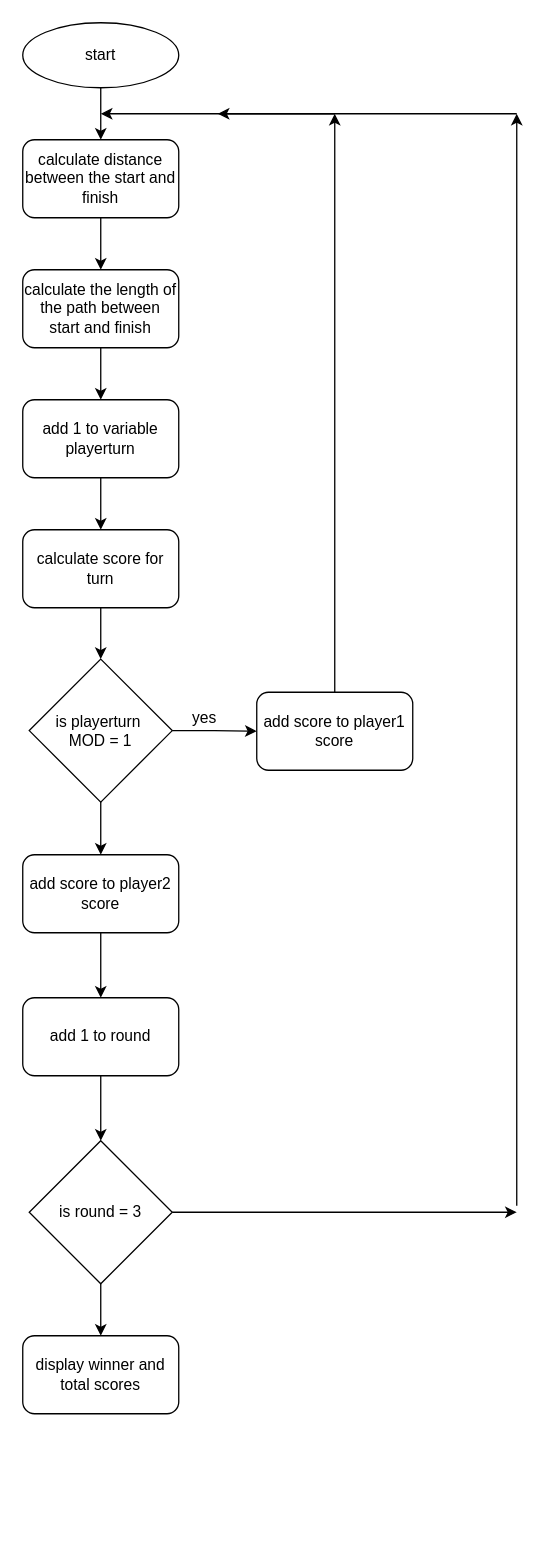
Above: point system.drawio in fineagling/first-repo (draw.io), before the change. Source tidied: cells renumbered, new cells numbered last; positions are measured from the earlier drawing's top-left corner, leaving out a move shared by most shapes. Both pictures are drawn from the tidied source at 130%, with x=0, y=0 at pixel (22, 22).
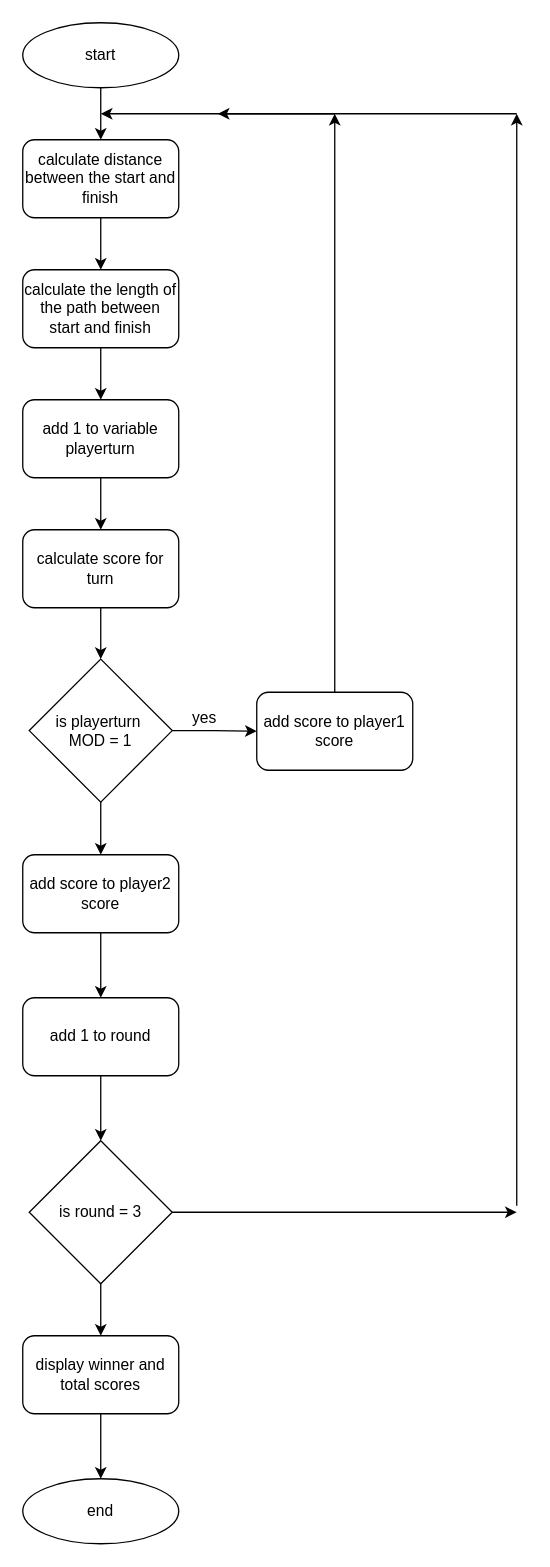
Above is the later version.

Unchanged cells that the change refers to:
```xml
<mxCell id="26" value="display winner and total scores" style="rounded=1;whiteSpace=wrap;html=1;" parent="1" vertex="1">
  <mxGeometry y="1010" width="120" height="60" as="geometry" />
</mxCell>
```

Diff of the diagram source:
```diff
@@
+    <mxCell id="29" style="edgeStyle=orthogonalEdgeStyle;rounded=0;jettySize=auto;html=1;" parent="1" edge="1" source="26" target="30">
+      <mxGeometry relative="1" as="geometry" />
+    </mxCell>
@@
+    <mxCell id="30" value="end" style="ellipse;whiteSpace=wrap;html=1;" parent="1" vertex="1">
+      <mxGeometry y="1120" width="120" height="50" as="geometry" />
+    </mxCell>
```
